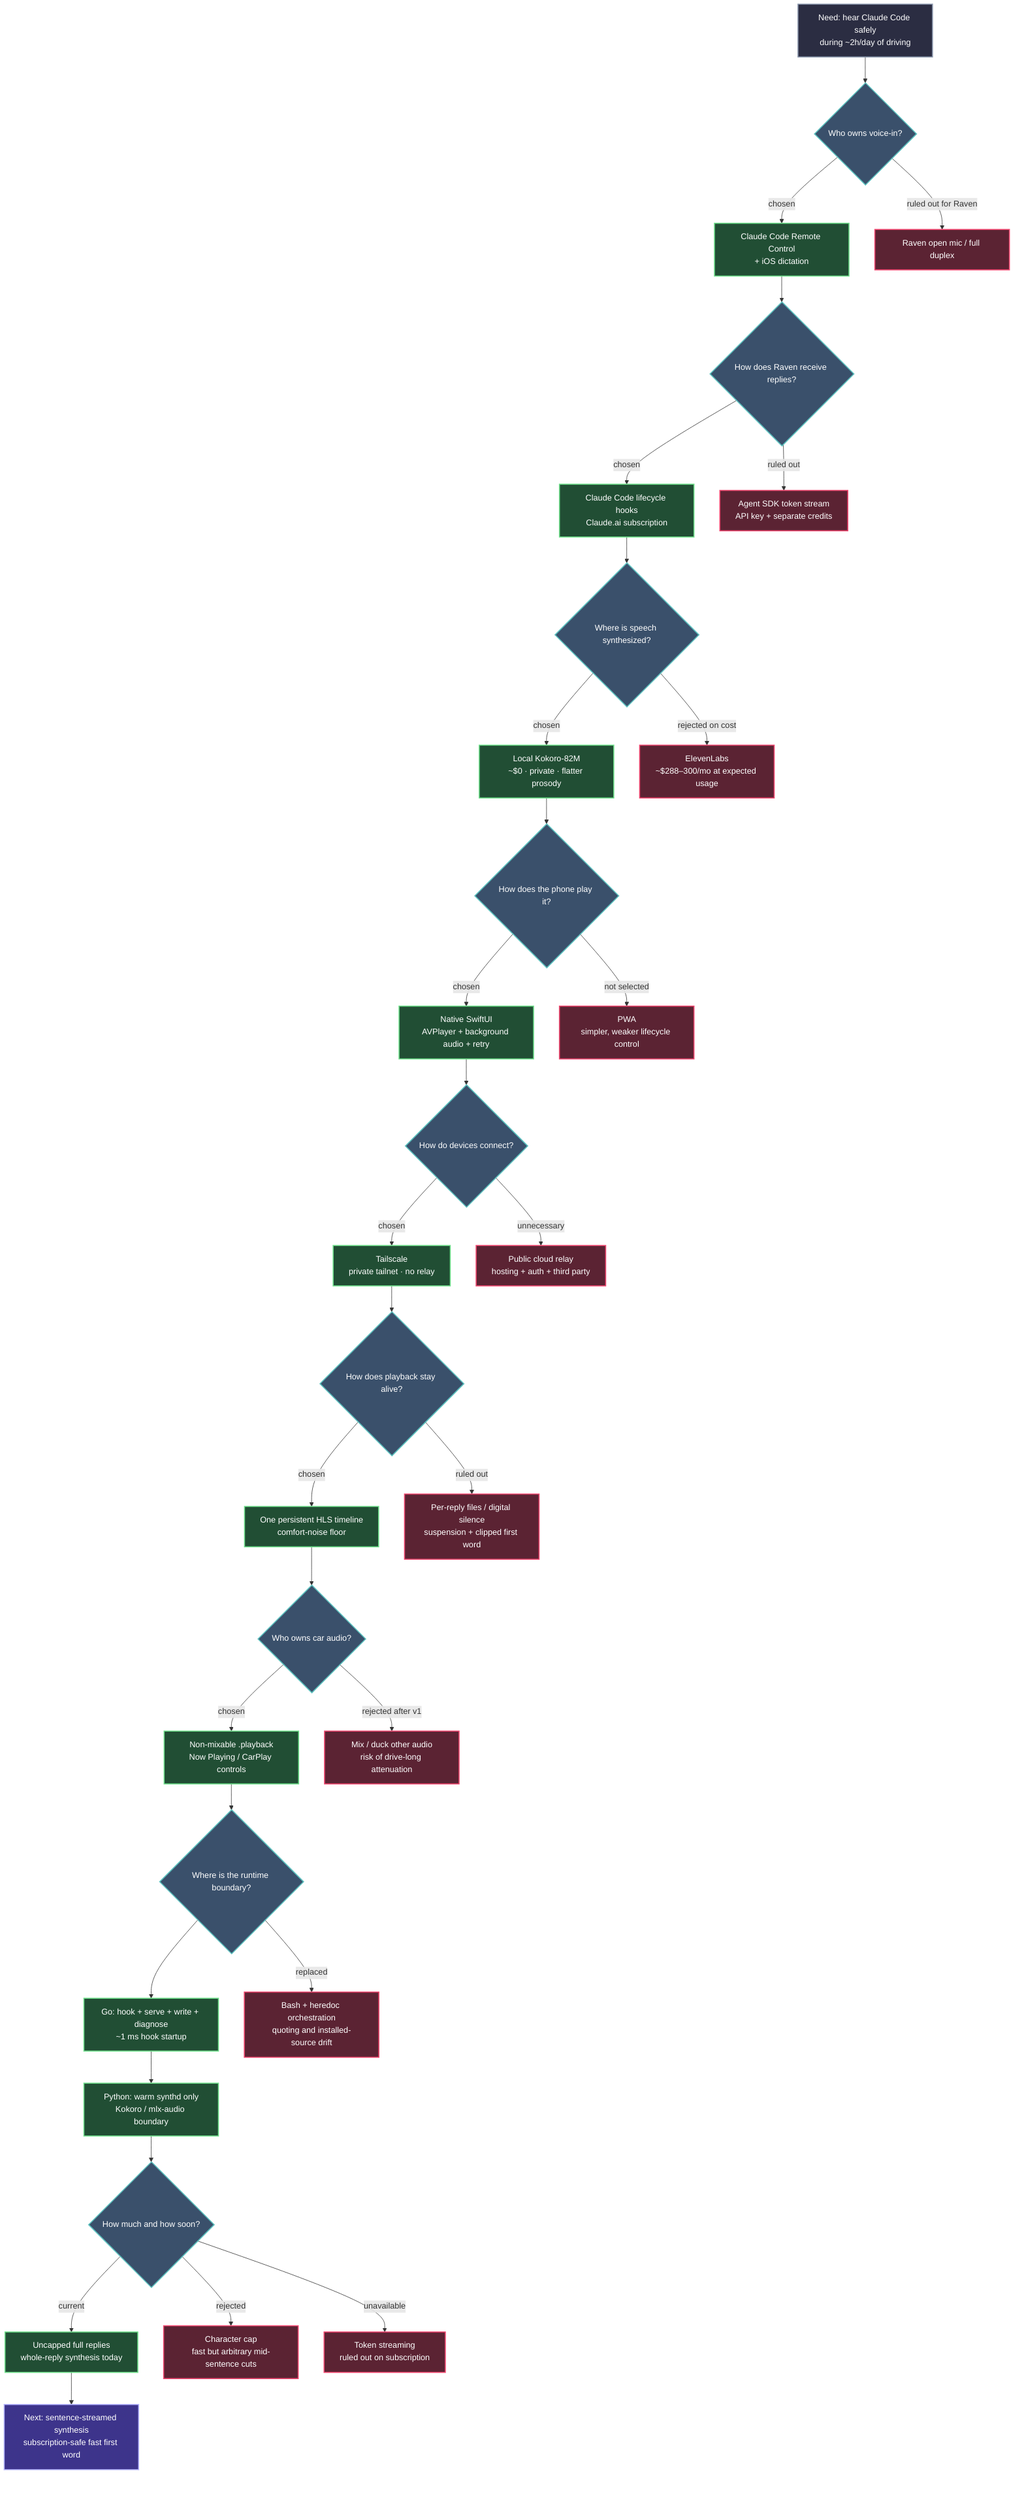
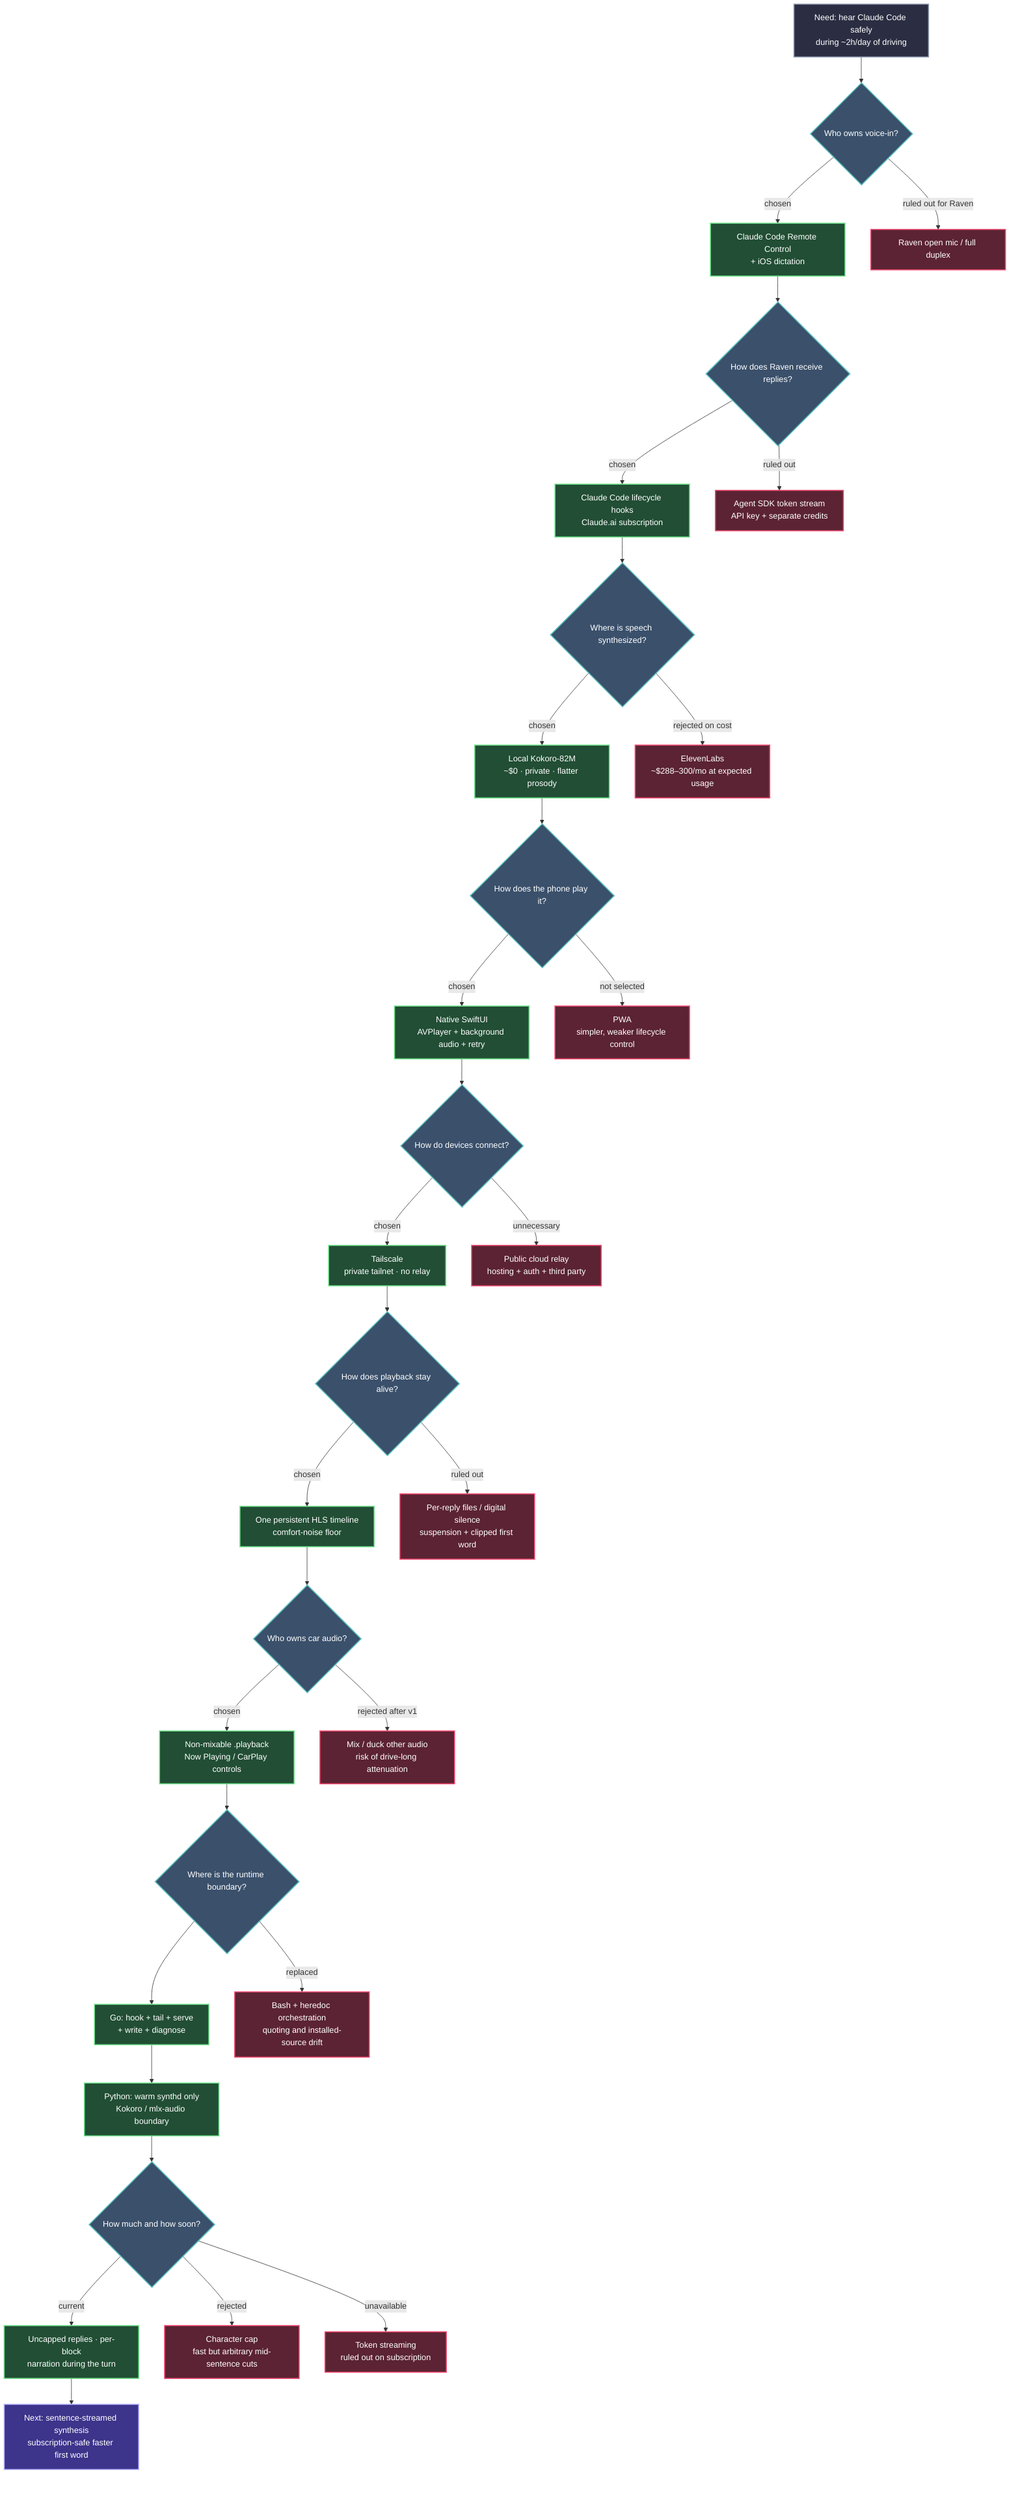
flowchart TD
    NEED["Need: hear Claude Code safely<br/>during ~2h/day of driving"]

    BOUNDARY{"Who owns voice-in?"}
    REMOTE["Claude Code Remote Control<br/>+ iOS dictation"]
    FULL["Raven open mic / full duplex"]

    EVENT{"How does Raven receive replies?"}
    HOOK["Claude Code lifecycle hooks<br/>Claude.ai subscription"]
    SDK["Agent SDK token stream<br/>API key + separate credits"]

    TTS{"Where is speech synthesized?"}
    KOKORO["Local Kokoro-82M<br/>~$0 · private · flatter prosody"]
    ELEVEN["ElevenLabs<br/>~$288–300/mo at expected usage"]

    PLAYER{"How does the phone play it?"}
    NATIVE["Native SwiftUI<br/>AVPlayer + background audio + retry"]
    PWA["PWA<br/>simpler, weaker lifecycle control"]

    TRANSPORT{"How do devices connect?"}
    TAIL["Tailscale<br/>private tailnet · no relay"]
    CLOUD["Public cloud relay<br/>hosting + auth + third party"]

    STREAM{"How does playback stay alive?"}
    HLS["One persistent HLS timeline<br/>comfort-noise floor"]
    CLIPS["Per-reply files / digital silence<br/>suspension + clipped first word"]

    AUDIO{"Who owns car audio?"}
    NONMIX["Non-mixable .playback<br/>Now Playing / CarPlay controls"]
    DUCK["Mix / duck other audio<br/>risk of drive-long attenuation"]

    LANG{"Where is the runtime boundary?"}
-     GO["Go: hook + serve + write + diagnose<br/>~1 ms hook startup"]
+     GO["Go: hook + tail + serve<br/>+ write + diagnose"]
    PY["Python: warm synthd only<br/>Kokoro / mlx-audio boundary"]
    BASH["Bash + heredoc orchestration<br/>quoting and installed-source drift"]

    DELIVERY{"How much and how soon?"}
-     WHOLE["Uncapped full replies<br/>whole-reply synthesis today"]
+     WHOLE["Uncapped replies · per-block<br/>narration during the turn"]
    CAP["Character cap<br/>fast but arbitrary mid-sentence cuts"]
-     SENTENCE["Next: sentence-streamed synthesis<br/>subscription-safe fast first word"]
+     SENTENCE["Next: sentence-streamed synthesis<br/>subscription-safe faster first word"]
    TOKEN["Token streaming<br/>ruled out on subscription"]

    NEED --> BOUNDARY
    BOUNDARY -->|"chosen"| REMOTE --> EVENT
    BOUNDARY -->|"ruled out for Raven"| FULL
    EVENT -->|"chosen"| HOOK --> TTS
    EVENT -->|"ruled out"| SDK
    TTS -->|"chosen"| KOKORO --> PLAYER
    TTS -->|"rejected on cost"| ELEVEN
    PLAYER -->|"chosen"| NATIVE --> TRANSPORT
    PLAYER -->|"not selected"| PWA
    TRANSPORT -->|"chosen"| TAIL --> STREAM
    TRANSPORT -->|"unnecessary"| CLOUD
    STREAM -->|"chosen"| HLS --> AUDIO
    STREAM -->|"ruled out"| CLIPS
    AUDIO -->|"chosen"| NONMIX --> LANG
    AUDIO -->|"rejected after v1"| DUCK
    LANG --> GO --> PY --> DELIVERY
    LANG -->|"replaced"| BASH
    DELIVERY -->|"current"| WHOLE --> SENTENCE
    DELIVERY -->|"rejected"| CAP
    DELIVERY -->|"unavailable"| TOKEN

    classDef context fill:#2b2d42,color:#ffffff,stroke:#8d99ae,stroke-width:2px
    classDef accepted fill:#214e34,color:#ffffff,stroke:#6ede8a,stroke-width:2px
    classDef rejected fill:#5b2333,color:#ffffff,stroke:#ef476f,stroke-width:2px
    classDef decision fill:#3a506b,color:#ffffff,stroke:#5bc0be,stroke-width:2px
    classDef deferred fill:#3d348b,color:#ffffff,stroke:#b8b8ff,stroke-width:2px

    class NEED context
    class BOUNDARY,EVENT,TTS,PLAYER,TRANSPORT,STREAM,AUDIO,LANG,DELIVERY decision
    class REMOTE,HOOK,KOKORO,NATIVE,TAIL,HLS,NONMIX,GO,PY,WHOLE accepted
    class FULL,SDK,ELEVEN,PWA,CLOUD,CLIPS,DUCK,BASH,CAP,TOKEN rejected
    class SENTENCE deferred
